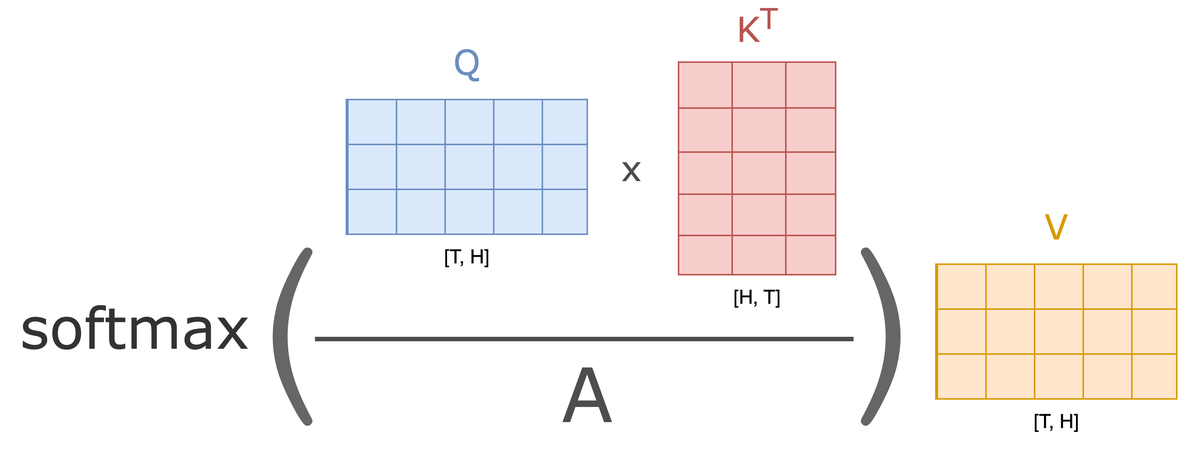
Earlier version of the draw.io export pages/imgs/att_ops.png (LxMLS/lxmls-guide). Source tidied: cells renumbered, new cells last; positions are measured from the earlier drawing's top-left corner, leaving out a move shared by most shapes.
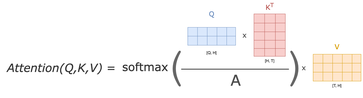
The same diagram one commit later.

Commit message:
cross-attention images, minors modifications in text

What changed in the source:
```diff
@@ -8,8 +8,8 @@
     <mxCell id="3" value="[H, T]" style="text;html=1;strokeColor=none;fillColor=none;align=center;verticalAlign=middle;whiteSpace=wrap;rounded=0;fontSize=13;" parent="1" vertex="1">
       <mxGeometry x="485.5" y="182" width="40" height="30" as="geometry" />
     </mxCell>
-    <mxCell id="4" style="group;fillColor=#ffe6cc;strokeColor=#d79b00;" parent="1" vertex="1">
-      <mxGeometry x="625" y="175" width="161" height="90" as="geometry" />
+    <mxCell id="4" style="group;fillColor=#ffe6cc;strokeColor=none;" parent="1" vertex="1">
+      <mxGeometry x="650" y="175" width="161" height="90" as="geometry" />
     </mxCell>
     <mxCell id="5" style="group;fillColor=#ffe6cc;strokeColor=#d79b00;" parent="4" vertex="1">
       <mxGeometry x="1" width="160" height="90" as="geometry" />
@@ -42,10 +42,10 @@
       </mxGeometry>
     </mxCell>
     <mxCell id="13" value="&lt;font color=&quot;#d79b00&quot;&gt;V&lt;/font&gt;" style="text;html=1;strokeColor=none;fillColor=none;align=center;verticalAlign=middle;whiteSpace=wrap;rounded=0;fontFamily=Verdana;fontSize=23;fontColor=#990000;" parent="1" vertex="1">
-      <mxGeometry x="675.5" y="135" width="60" height="30" as="geometry" />
+      <mxGeometry x="700.5" y="135" width="60" height="30" as="geometry" />
     </mxCell>
     <mxCell id="14" value="[T, H]" style="text;html=1;strokeColor=none;fillColor=none;align=center;verticalAlign=middle;whiteSpace=wrap;rounded=0;fontSize=13;" parent="1" vertex="1">
-      <mxGeometry x="685.5" y="265" width="40" height="30" as="geometry" />
+      <mxGeometry x="710.5" y="265" width="40" height="30" as="geometry" />
     </mxCell>
     <mxCell id="15" value="x" style="text;html=1;strokeColor=none;fillColor=none;align=center;verticalAlign=middle;whiteSpace=wrap;rounded=0;fontFamily=Verdana;fontSize=23;fontColor=#4D4D4D;" parent="1" vertex="1">
       <mxGeometry x="402" y="96" width="40" height="30" as="geometry" />
@@ -104,17 +104,17 @@
     <mxCell id="28" value="&lt;font color=&quot;#333333&quot; style=&quot;font-size: 38px;&quot;&gt;softmax&lt;/font&gt;" style="text;html=1;strokeColor=none;fillColor=none;align=center;verticalAlign=middle;whiteSpace=wrap;rounded=0;fontFamily=Verdana;fontSize=23;fontColor=#4D4D4D;" parent="1" vertex="1">
       <mxGeometry y="182" width="180" height="70" as="geometry" />
     </mxCell>
-    <mxCell id="29" style="group;fillColor=#dae8fc;strokeColor=#6c8ebf;" parent="1" vertex="1">
-      <mxGeometry x="231" y="65" width="161" height="90" as="geometry" />
+    <mxCell id="29" style="group;fillColor=#dae8fc;strokeColor=none;" parent="1" vertex="1">
+      <mxGeometry x="231" y="85" width="161" height="60" as="geometry" />
     </mxCell>
     <mxCell id="30" style="group;fillColor=#dae8fc;strokeColor=#6c8ebf;" parent="29" vertex="1">
-      <mxGeometry x="1" width="160" height="90" as="geometry" />
+      <mxGeometry x="1" width="160" height="60" as="geometry" />
     </mxCell>
     <mxCell id="31" style="group;fillColor=#dae8fc;strokeColor=#6c8ebf;direction=south;" parent="29" vertex="1">
-      <mxGeometry x="1" width="160" height="90" as="geometry" />
+      <mxGeometry x="1" width="160" height="60" as="geometry" />
     </mxCell>
     <mxCell id="32" style="rounded=0;whiteSpace=wrap;html=1;fillColor=#dae8fc;direction=south;strokeColor=#6c8ebf;" parent="29" vertex="1">
-      <mxGeometry x="1" width="130" height="90" as="geometry" />
+      <mxGeometry x="1" width="130" height="60" as="geometry" />
     </mxCell>
     <mxCell id="33" style="endArrow=none;html=1;rounded=0;exitX=1;exitY=0.75;exitDx=0;exitDy=0;entryX=0;entryY=0.75;entryDx=0;entryDy=0;fillColor=#dae8fc;strokeColor=#6c8ebf;" parent="29" edge="1" source="32" target="32">
       <mxGeometry relative="1" as="geometry" />
@@ -122,26 +122,26 @@
     <mxCell id="34" style="endArrow=none;html=1;rounded=0;exitX=0;exitY=0.5;exitDx=0;exitDy=0;entryX=1;entryY=0.5;entryDx=0;entryDy=0;fillColor=#dae8fc;strokeColor=#6c8ebf;" parent="29" edge="1" source="32" target="32">
       <mxGeometry relative="1" as="geometry" />
     </mxCell>
-    <mxCell id="35" style="endArrow=none;html=1;rounded=0;fillColor=#dae8fc;strokeColor=#6c8ebf;" parent="29" edge="1">
-      <mxGeometry relative="1" as="geometry">
-        <mxPoint x="161" y="60" as="sourcePoint" />
-        <mxPoint y="60" as="targetPoint" />
-      </mxGeometry>
-    </mxCell>
     <mxCell id="36" style="endArrow=none;html=1;rounded=0;entryX=0;entryY=0.25;entryDx=0;entryDy=0;exitX=1;exitY=0.25;exitDx=0;exitDy=0;fillColor=#dae8fc;strokeColor=#6c8ebf;" parent="29" edge="1" source="32" target="32">
       <mxGeometry relative="1" as="geometry" />
     </mxCell>
     <mxCell id="37" style="endArrow=none;html=1;rounded=0;fillColor=#dae8fc;strokeColor=#6c8ebf;" parent="29" edge="1">
       <mxGeometry relative="1" as="geometry">
-        <mxPoint x="161" y="30" as="sourcePoint" />
-        <mxPoint y="30" as="targetPoint" />
+        <mxPoint x="161" y="29.5" as="sourcePoint" />
+        <mxPoint y="29.5" as="targetPoint" />
       </mxGeometry>
     </mxCell>
     <mxCell id="38" value="&lt;font color=&quot;#6c8ebf&quot;&gt;Q&lt;/font&gt;" style="text;html=1;strokeColor=none;fillColor=none;align=center;verticalAlign=middle;whiteSpace=wrap;rounded=0;fontFamily=Verdana;fontSize=23;fontColor=#990000;" parent="1" vertex="1">
       <mxGeometry x="281.5" y="25" width="60" height="30" as="geometry" />
     </mxCell>
-    <mxCell id="39" value="[T, H]" style="text;html=1;strokeColor=none;fillColor=none;align=center;verticalAlign=middle;whiteSpace=wrap;rounded=0;fontSize=13;" parent="1" vertex="1">
+    <mxCell id="39" value="[Q, H]" style="text;html=1;strokeColor=none;fillColor=none;align=center;verticalAlign=middle;whiteSpace=wrap;rounded=0;fontSize=13;" parent="1" vertex="1">
       <mxGeometry x="291.5" y="155" width="40" height="30" as="geometry" />
     </mxCell>
+    <mxCell id="40" value="x" style="text;html=1;strokeColor=none;fillColor=none;align=center;verticalAlign=middle;whiteSpace=wrap;rounded=0;fontFamily=Verdana;fontSize=23;fontColor=#4D4D4D;" parent="1" vertex="1">
+      <mxGeometry x="600" y="205" width="40" height="30" as="geometry" />
+    </mxCell>
+    <mxCell id="41" value="&lt;font color=&quot;#333333&quot;&gt;&lt;span style=&quot;font-size: 38px;&quot;&gt;&lt;i&gt;Attention(Q,K,V)&lt;/i&gt; =&lt;/span&gt;&lt;/font&gt;" style="text;html=1;strokeColor=none;fillColor=none;align=center;verticalAlign=middle;whiteSpace=wrap;rounded=0;fontFamily=Verdana;fontSize=23;fontColor=#4D4D4D;" parent="1" vertex="1">
+      <mxGeometry x="-390" y="190" width="400" height="60" as="geometry" />
+    </mxCell>
   </root>
 </mxGraphModel>
```
